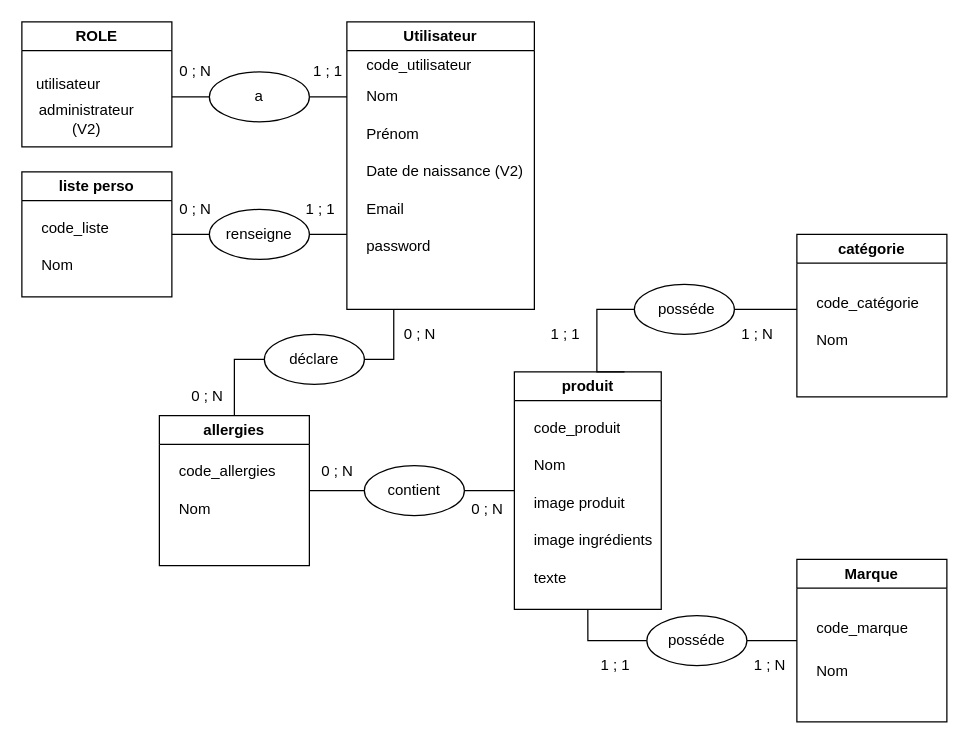
LordThi/repo-back2 keeps this draw.io diagram as docs/MCDv3.drawio. Above is the earlier version. Source tidied: cells renumbered, new cells numbered last; positions are measured from the earlier drawing's top-left corner, leaving out a move shared by most shapes. Both pictures are drawn from the tidied source at 125%, with x=0, y=0 at pixel (21, 21).
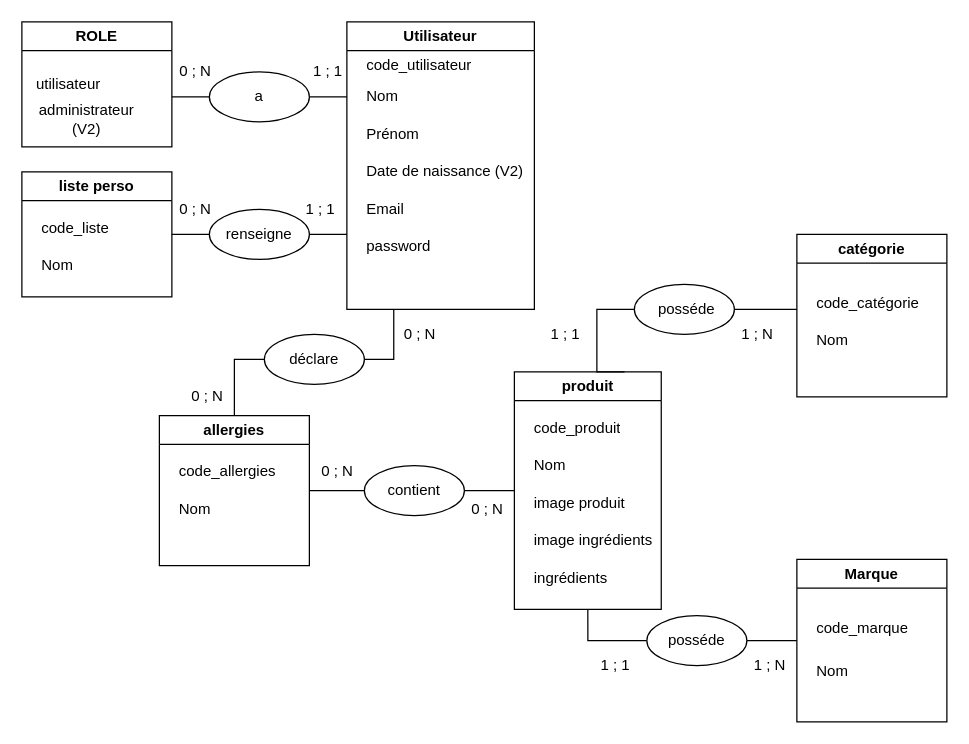
After the change.

Commit message (it also covers changes not shown here):
MLD & MCD new modifications

The change refers to these unchanged cells:
```xml
<mxCell id="23" value="produit" style="swimlane;whiteSpace=wrap;html=1;" parent="1" vertex="1">
  <mxGeometry x="394" y="280" width="117.5" height="190" as="geometry" />
</mxCell>
```

The edit, as a diff of the source:
```diff
@@
-    <mxCell id="28" value="texte" style="text;strokeColor=none;fillColor=none;align=left;verticalAlign=middle;spacingLeft=4;spacingRight=4;overflow=hidden;whiteSpace=wrap;html=1;" parent="23" vertex="1">
+    <mxCell id="28" value="ingrédients" style="text;strokeColor=none;fillColor=none;align=left;verticalAlign=middle;spacingLeft=4;spacingRight=4;overflow=hidden;whiteSpace=wrap;html=1;" parent="23" vertex="1">
       <mxGeometry x="10" y="150" width="80" height="30" as="geometry" />
     </mxCell>
```
